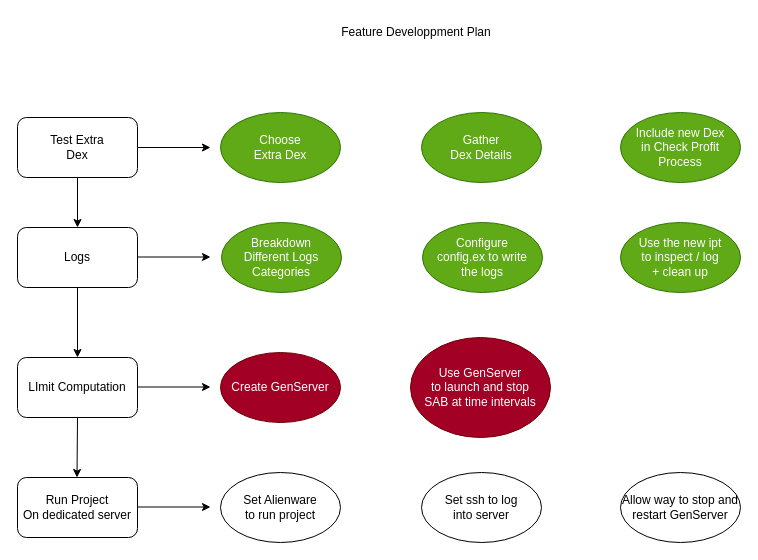
The draw.io diagram page "Implementation Flow" (2 of 2) of bot_supervisor/apps/arbitrage_bot_v1/lib/libraries/drawings/balancer_flash_loan.drawio in shaunmsoria/sab, before the edit. Source tidied: cells renumbered, new cells numbered last; positions are measured from the earlier drawing's top-left corner, leaving out a move shared by most shapes. Both pictures are drawn from the tidied source at 100%, with x=0, y=0 at pixel (17, 17).
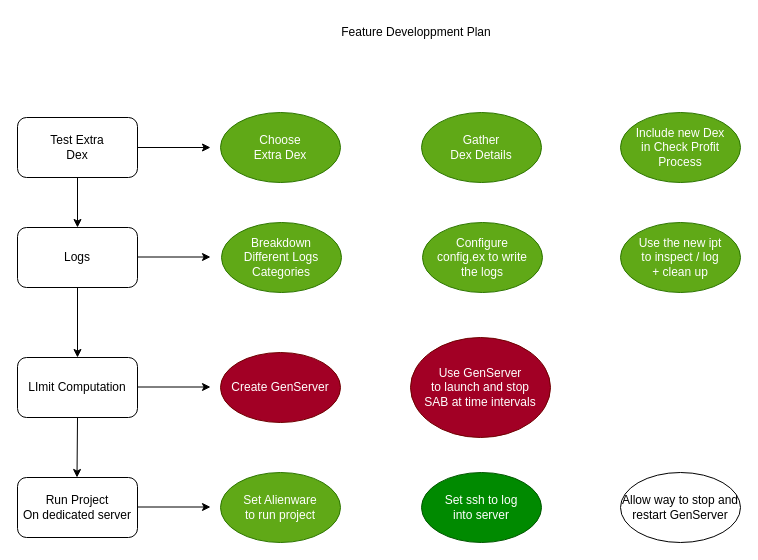
The same diagram, later.

What changed in the source:
```diff
@@
-    <mxCell id="18" value="Set Alienware&lt;br&gt;to run project" style="ellipse;whiteSpace=wrap;html=1;" parent="1" vertex="1">
+    <mxCell id="18" value="Set Alienware&lt;br&gt;to run project" style="ellipse;whiteSpace=wrap;html=1;fillColor=#60a917;fontColor=#ffffff;strokeColor=#2D7600;" parent="1" vertex="1">
       <mxGeometry x="203" y="455" width="120" height="70" as="geometry" />
     </mxCell>
-    <mxCell id="19" value="Set ssh to log&lt;br&gt;into server" style="ellipse;whiteSpace=wrap;html=1;" parent="1" vertex="1">
+    <mxCell id="19" value="Set ssh to log&lt;br&gt;into server" style="ellipse;whiteSpace=wrap;html=1;fillColor=#008a00;strokeColor=#005700;fontColor=#ffffff;" parent="1" vertex="1">
       <mxGeometry x="404" y="455" width="120" height="70" as="geometry" />
     </mxCell>
```
